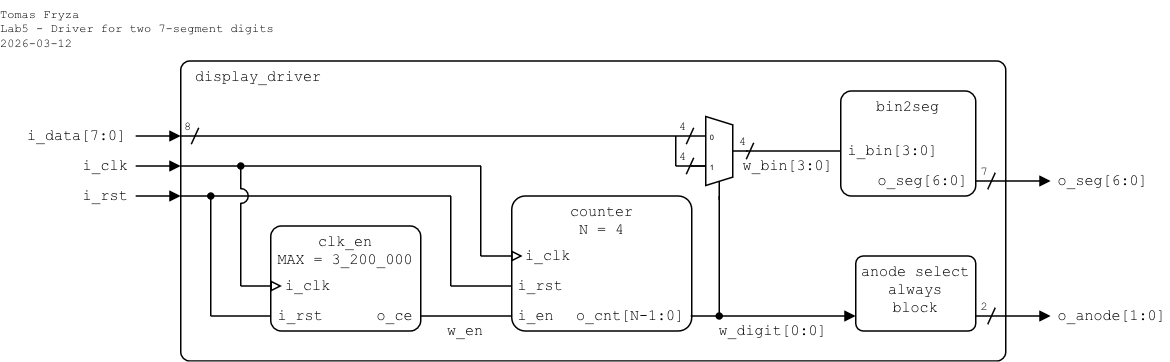
Above: lab5-display/images/schematic_display-driver.png in tomas-fryza/verilog-examples (draw.io), before the change. Source tidied: cells renumbered, new cells last; positions are measured from the earlier drawing's top-left corner, leaving out a move shared by most shapes.
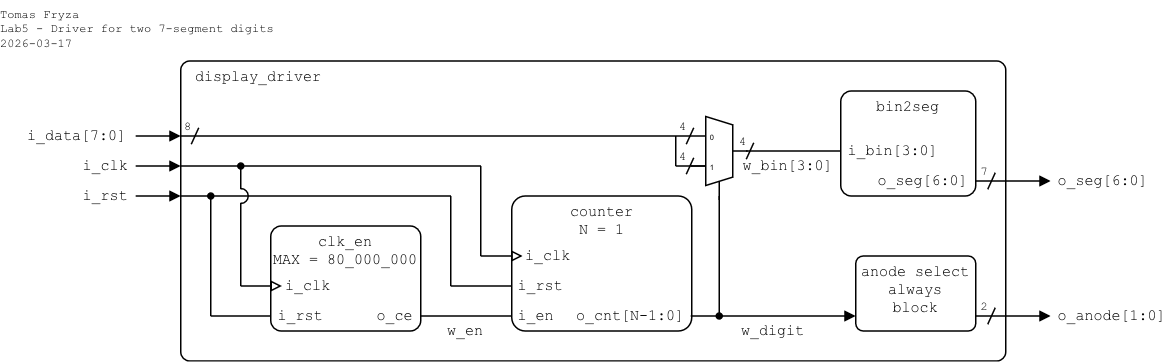
Above is the later version.

The edit, as a diff of the source:
```diff
@@ -5,7 +5,7 @@
     <mxCell id="2" value="display_driver" style="rounded=1;arcSize=3;whiteSpace=wrap;html=1;align=left;verticalAlign=top;fontFamily=Courier New;absoluteArcSize=0;fillColor=none;fontSize=10;spacingLeft=10;imageHeight=24;spacing=0;" parent="1" vertex="1">
       <mxGeometry x="120" y="40" width="550" height="200" as="geometry" />
     </mxCell>
-    <mxCell id="3" value="clk_en&lt;div&gt;MAX = 3_200_000&lt;br&gt;&lt;/div&gt;" style="rounded=1;arcSize=10;align=center;verticalAlign=top;fontFamily=Courier New;absoluteArcSize=0;fillColor=none;fixDash=0;fontSize=10;spacingLeft=0;labelBorderColor=none;spacingTop=0;spacing=0;labelBackgroundColor=none;whiteSpace=wrap;html=1;strokeWidth=1;shadow=0;glass=0;" parent="1" vertex="1">
+    <mxCell id="3" value="clk_en&lt;div&gt;MAX = 80_000_000&lt;br&gt;&lt;/div&gt;" style="rounded=1;arcSize=10;align=center;verticalAlign=top;fontFamily=Courier New;absoluteArcSize=0;fillColor=none;fixDash=0;fontSize=10;spacingLeft=0;labelBorderColor=none;spacingTop=0;spacing=0;labelBackgroundColor=none;whiteSpace=wrap;html=1;strokeWidth=1;shadow=0;glass=0;" parent="1" vertex="1">
       <mxGeometry x="180" y="150" width="100" height="70" as="geometry" />
     </mxCell>
     <mxCell id="4" value="o_ce" style="text;html=1;align=right;verticalAlign=middle;whiteSpace=wrap;rounded=0;fontFamily=Courier New;fontSize=10;fillOpacity=100;spacing=0;spacingRight=5;" parent="1" vertex="1">
@@ -104,7 +104,7 @@
         <mxPoint x="497" y="105.5" as="targetPoint" />
       </mxGeometry>
     </mxCell>
-    <mxCell id="25" value="&lt;div&gt;Tomas Fryza&lt;/div&gt;&lt;div&gt;Lab5 - Driver for two 7-segment digits&lt;/div&gt;&lt;div&gt;2026-03-12&lt;/div&gt;" style="text;html=1;align=left;verticalAlign=top;whiteSpace=wrap;rounded=0;fontFamily=Courier New;fontSize=8;fillOpacity=100;spacing=0;spacingLeft=0;" parent="1" vertex="1">
+    <mxCell id="25" value="&lt;div&gt;Tomas Fryza&lt;/div&gt;&lt;div&gt;Lab5 - Driver for two 7-segment digits&lt;/div&gt;&lt;div&gt;2026-03-17&lt;/div&gt;" style="text;html=1;align=left;verticalAlign=top;whiteSpace=wrap;rounded=0;fontFamily=Courier New;fontSize=8;fillOpacity=100;spacing=0;spacingLeft=0;" parent="1" vertex="1">
       <mxGeometry width="200" height="40" as="geometry" />
     </mxCell>
     <mxCell id="26" style="endArrow=none;html=1;rounded=0;startArrow=none;startFill=0;endSize=4;startSize=4;" parent="1" edge="1">
@@ -224,7 +224,7 @@
     <mxCell id="48" value="w_en" style="text;html=1;align=center;verticalAlign=middle;whiteSpace=wrap;rounded=0;fontFamily=Courier New;fontSize=10;fillOpacity=100;spacing=2;spacingLeft=0;" parent="1" vertex="1">
       <mxGeometry x="280" y="210" width="60" height="20" as="geometry" />
     </mxCell>
-    <mxCell id="49" value="w_digit[0:0]" style="text;html=1;align=center;verticalAlign=middle;whiteSpace=wrap;rounded=0;fontFamily=Courier New;fontSize=10;fillOpacity=100;spacing=2;spacingLeft=0;" parent="1" vertex="1">
+    <mxCell id="49" value="w_digit" style="text;html=1;align=center;verticalAlign=middle;whiteSpace=wrap;rounded=0;fontFamily=Courier New;fontSize=10;fillOpacity=100;spacing=2;spacingLeft=0;" parent="1" vertex="1">
       <mxGeometry x="460" y="210" width="110" height="20" as="geometry" />
     </mxCell>
     <mxCell id="50" value="anode select&lt;br&gt;always&lt;br&gt;block" style="rounded=1;arcSize=10;align=center;verticalAlign=top;fontFamily=Courier New;absoluteArcSize=0;fillColor=none;fixDash=0;fontSize=10;spacingLeft=0;labelBorderColor=none;spacingTop=0;spacing=0;labelBackgroundColor=none;whiteSpace=wrap;html=1;strokeWidth=1;shadow=0;glass=0;" parent="1" vertex="1">
@@ -257,7 +257,7 @@
     <mxCell id="57" value="o_seg[6:0]" style="text;html=1;align=right;verticalAlign=middle;whiteSpace=wrap;rounded=0;fontFamily=Courier New;fontSize=10;fillOpacity=100;spacing=0;spacingRight=5;" parent="1" vertex="1">
       <mxGeometry x="570" y="110" width="80" height="20" as="geometry" />
     </mxCell>
-    <mxCell id="58" value="&lt;div&gt;counter&lt;/div&gt;&lt;div&gt;N = 4&lt;/div&gt;" style="rounded=1;arcSize=10;align=center;verticalAlign=top;fontFamily=Courier New;absoluteArcSize=0;fillColor=none;fixDash=0;fontSize=10;spacingLeft=0;labelBorderColor=none;spacingTop=0;spacing=0;labelBackgroundColor=none;whiteSpace=wrap;html=1;strokeWidth=1;shadow=0;glass=0;" parent="1" vertex="1">
+    <mxCell id="58" value="&lt;div&gt;counter&lt;/div&gt;&lt;div&gt;N = 1&lt;/div&gt;" style="rounded=1;arcSize=10;align=center;verticalAlign=top;fontFamily=Courier New;absoluteArcSize=0;fillColor=none;fixDash=0;fontSize=10;spacingLeft=0;labelBorderColor=none;spacingTop=0;spacing=0;labelBackgroundColor=none;whiteSpace=wrap;html=1;strokeWidth=1;shadow=0;glass=0;" parent="1" vertex="1">
       <mxGeometry x="340.6" y="130" width="120" height="90" as="geometry" />
     </mxCell>
     <mxCell id="59" value="i_rst" style="text;html=1;align=left;verticalAlign=middle;whiteSpace=wrap;rounded=0;fontFamily=Courier New;fontSize=10;fillOpacity=100;spacingLeft=5;spacing=0;" parent="1" vertex="1">
```
